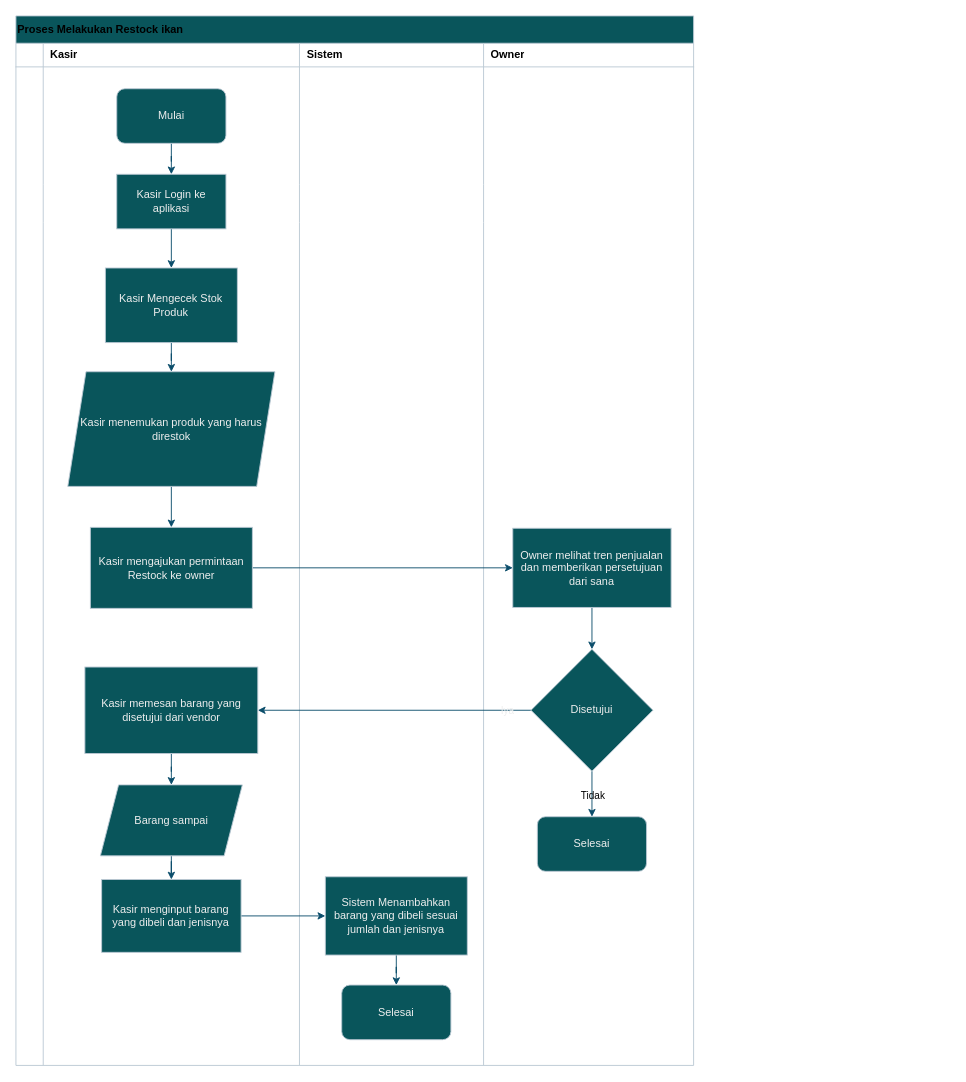
Before: restock product.drawio in shinoaaa/drawio, a draw.io diagram. Source tidied: cells renumbered, new cells numbered last; positions are measured from the earlier drawing's top-left corner, leaving out a move shared by most shapes. Both pictures are drawn from the tidied source at 91%, with x=0, y=0 at pixel (15, 15).
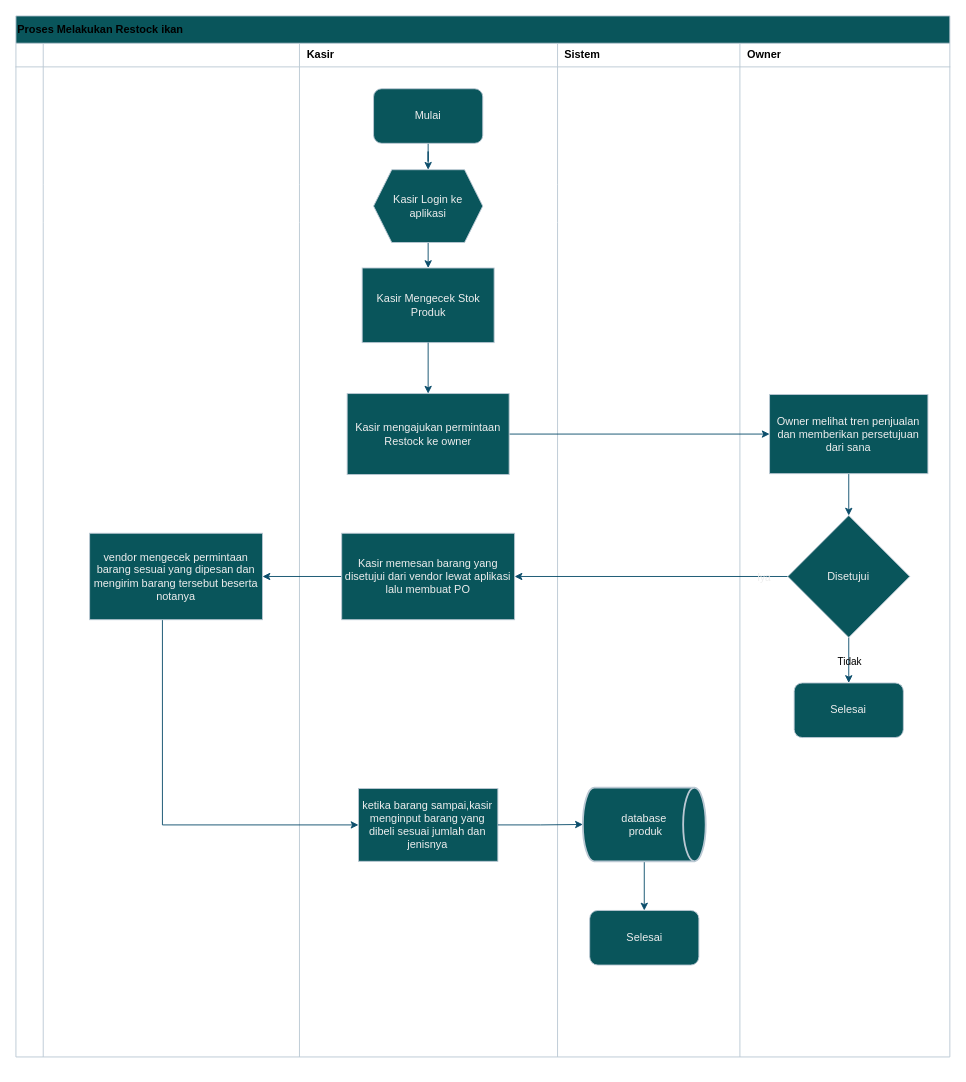
After the change.

What changed in the source:
```diff
@@
     <mxCell id="2" value="&lt;font style=&quot;color: light-dark(rgb(0, 0, 0), rgb(255, 255, 255));&quot;&gt;Proses Melakukan Restock ikan&lt;/font&gt;" style="shape=table;startSize=30;childLayout=tableLayout;rowLines=0;fontStyle=1;align=left;html=1;strokeColor=#BAC8D3;fontColor=#EEEEEE;fillColor=#09555B;labelBackgroundColor=none;" parent="1" vertex="1">
-      <mxGeometry width="744.7" height="1153.3" as="geometry" />
+      <mxGeometry width="1026.3" height="1144" as="geometry" />
     </mxCell>
     <mxCell id="3" style="shape=tableRow;horizontal=0;startSize=0;swimlaneHead=0;swimlaneBody=0;fillColor=none;top=0;left=0;right=0;bottom=1;strokeColor=#BAC8D3;fontColor=#EEEEEE;labelBackgroundColor=none;" parent="2" vertex="1">
-      <mxGeometry y="30" width="744.7" height="26" as="geometry" />
+      <mxGeometry y="30" width="1026.3" height="26" as="geometry" />
     </mxCell>
@@
+    <mxCell id="50" style="shape=partialRectangle;fillColor=none;top=0;left=0;bottom=0;right=0;align=left;spacingLeft=6;fontStyle=1;overflow=hidden;whiteSpace=wrap;html=1;strokeColor=#BAC8D3;fontColor=#EEEEEE;labelBackgroundColor=none;" parent="3" vertex="1">
+      <mxGeometry x="30" width="281.6" height="26" as="geometry" />
+    </mxCell>
     <mxCell id="5" value="&lt;font style=&quot;color: light-dark(rgb(0, 0, 0), rgb(0, 0, 0));&quot;&gt;Kasir&lt;/font&gt;" style="shape=partialRectangle;fillColor=none;top=0;left=0;bottom=0;right=0;align=left;spacingLeft=6;fontStyle=1;overflow=hidden;whiteSpace=wrap;html=1;strokeColor=#BAC8D3;fontColor=#EEEEEE;labelBackgroundColor=none;" parent="3" vertex="1">
-      <mxGeometry x="30" width="281.6" height="26" as="geometry" />
+      <mxGeometry x="311.6" width="283.6" height="26" as="geometry" />
     </mxCell>
     <mxCell id="6" value="&lt;font style=&quot;color: light-dark(rgb(0, 0, 0), rgb(14, 14, 14));&quot;&gt;Sistem&lt;/font&gt;" style="shape=partialRectangle;fillColor=none;top=0;left=0;bottom=0;right=0;align=left;spacingLeft=6;fontStyle=1;overflow=hidden;whiteSpace=wrap;html=1;strokeColor=#BAC8D3;fontColor=#EEEEEE;labelBackgroundColor=none;" parent="3" vertex="1">
-      <mxGeometry x="311.6" width="202.3" height="26" as="geometry" />
+      <mxGeometry x="595.2" width="200.4" height="26" as="geometry" />
     </mxCell>
     <mxCell id="7" value="&lt;font style=&quot;color: light-dark(rgb(0, 0, 0), rgb(0, 0, 0));&quot;&gt;Owner&lt;/font&gt;" style="shape=partialRectangle;fillColor=none;top=0;left=0;bottom=0;right=0;align=left;spacingLeft=6;fontStyle=1;overflow=hidden;whiteSpace=wrap;html=1;strokeColor=#BAC8D3;fontColor=#EEEEEE;labelBackgroundColor=none;" parent="3" vertex="1">
-      <mxGeometry x="513.9" width="230.8" height="26" as="geometry" />
+      <mxGeometry x="795.5" width="230.8" height="26" as="geometry" />
     </mxCell>
     <mxCell id="8" style="shape=tableRow;horizontal=0;startSize=0;swimlaneHead=0;swimlaneBody=0;fillColor=none;top=0;left=0;right=0;bottom=0;strokeColor=#BAC8D3;fontColor=#EEEEEE;labelBackgroundColor=none;" parent="2" vertex="1">
-      <mxGeometry y="56" width="744.7" height="129" as="geometry" />
+      <mxGeometry y="56" width="1026.3" height="129" as="geometry" />
     </mxCell>
@@
+    <mxCell id="51" style="shape=partialRectangle;fillColor=none;top=0;left=0;bottom=0;right=0;align=left;spacingLeft=6;overflow=hidden;whiteSpace=wrap;html=1;strokeColor=#BAC8D3;fontColor=#EEEEEE;labelBackgroundColor=none;" parent="8" vertex="1">
+      <mxGeometry x="30" width="281.6" height="129" as="geometry" />
+    </mxCell>
     <mxCell id="10" style="shape=partialRectangle;fillColor=none;top=0;left=0;bottom=0;right=0;align=left;spacingLeft=6;overflow=hidden;whiteSpace=wrap;html=1;strokeColor=#BAC8D3;fontColor=#EEEEEE;labelBackgroundColor=none;" parent="8" vertex="1">
-      <mxGeometry x="30" width="281.6" height="129" as="geometry" />
+      <mxGeometry x="311.6" width="283.6" height="129" as="geometry" />
     </mxCell>
     <mxCell id="11" style="shape=partialRectangle;fillColor=none;top=0;left=0;bottom=0;right=0;align=left;spacingLeft=6;overflow=hidden;whiteSpace=wrap;html=1;strokeColor=#BAC8D3;fontColor=#EEEEEE;labelBackgroundColor=none;" parent="8" vertex="1">
-      <mxGeometry x="311.6" width="202.3" height="129" as="geometry" />
+      <mxGeometry x="595.2" width="200.4" height="129" as="geometry" />
     </mxCell>
     <mxCell id="12" style="shape=partialRectangle;fillColor=none;top=0;left=0;bottom=0;right=0;align=left;spacingLeft=6;overflow=hidden;whiteSpace=wrap;html=1;strokeColor=#BAC8D3;fontColor=#EEEEEE;labelBackgroundColor=none;" parent="8" vertex="1">
-      <mxGeometry x="513.9" width="230.8" height="129" as="geometry" />
+      <mxGeometry x="795.5" width="230.8" height="129" as="geometry" />
     </mxCell>
     <mxCell id="13" style="shape=tableRow;horizontal=0;startSize=0;swimlaneHead=0;swimlaneBody=0;fillColor=none;top=0;left=0;right=0;bottom=0;strokeColor=#BAC8D3;fontColor=#EEEEEE;labelBackgroundColor=none;" parent="2" vertex="1">
-      <mxGeometry y="185" width="744.7" height="42" as="geometry" />
+      <mxGeometry y="185" width="1026.3" height="42" as="geometry" />
     </mxCell>
@@
+    <mxCell id="52" style="shape=partialRectangle;fillColor=none;top=0;left=0;bottom=0;right=0;align=left;spacingLeft=6;overflow=hidden;whiteSpace=wrap;html=1;strokeColor=#BAC8D3;fontColor=#EEEEEE;labelBackgroundColor=none;" parent="13" vertex="1">
+      <mxGeometry x="30" width="281.6" height="42" as="geometry" />
+    </mxCell>
     <mxCell id="15" style="shape=partialRectangle;fillColor=none;top=0;left=0;bottom=0;right=0;align=left;spacingLeft=6;overflow=hidden;whiteSpace=wrap;html=1;strokeColor=#BAC8D3;fontColor=#EEEEEE;labelBackgroundColor=none;" parent="13" vertex="1">
-      <mxGeometry x="30" width="281.6" height="42" as="geometry" />
+      <mxGeometry x="311.6" width="283.6" height="42" as="geometry" />
     </mxCell>
     <mxCell id="16" style="shape=partialRectangle;fillColor=none;top=0;left=0;bottom=0;right=0;align=left;spacingLeft=6;overflow=hidden;whiteSpace=wrap;html=1;strokeColor=#BAC8D3;fontColor=#EEEEEE;labelBackgroundColor=none;" parent="13" vertex="1">
-      <mxGeometry x="311.6" width="202.3" height="42" as="geometry" />
+      <mxGeometry x="595.2" width="200.4" height="42" as="geometry" />
     </mxCell>
     <mxCell id="17" style="shape=partialRectangle;fillColor=none;top=0;left=0;bottom=0;right=0;align=left;spacingLeft=6;overflow=hidden;whiteSpace=wrap;html=1;strokeColor=#BAC8D3;fontColor=#EEEEEE;labelBackgroundColor=none;" parent="13" vertex="1">
-      <mxGeometry x="513.9" width="230.8" height="42" as="geometry" />
+      <mxGeometry x="795.5" width="230.8" height="42" as="geometry" />
     </mxCell>
     <mxCell id="18" style="shape=tableRow;horizontal=0;startSize=0;swimlaneHead=0;swimlaneBody=0;fillColor=none;top=0;left=0;right=0;bottom=0;strokeColor=#BAC8D3;fontColor=#EEEEEE;labelBackgroundColor=none;" parent="2" vertex="1">
-      <mxGeometry y="227" width="744.7" height="926" as="geometry" />
+      <mxGeometry y="227" width="1026.3" height="917" as="geometry" />
     </mxCell>
     <mxCell id="19" style="shape=partialRectangle;fillColor=none;top=0;left=0;bottom=0;right=0;overflow=hidden;whiteSpace=wrap;html=1;strokeColor=#BAC8D3;fontColor=#EEEEEE;labelBackgroundColor=none;" parent="18" vertex="1">
-      <mxGeometry width="30" height="926" as="geometry" />
+      <mxGeometry width="30" height="917" as="geometry" />
     </mxCell>
+    <mxCell id="53" style="shape=partialRectangle;fillColor=none;top=0;left=0;bottom=0;right=0;align=left;spacingLeft=6;overflow=hidden;whiteSpace=wrap;html=1;strokeColor=#BAC8D3;fontColor=#EEEEEE;labelBackgroundColor=none;" parent="18" vertex="1">
+      <mxGeometry x="30" width="281.6" height="917" as="geometry" />
+    </mxCell>
     <mxCell id="20" style="shape=partialRectangle;fillColor=none;top=0;left=0;bottom=0;right=0;align=left;spacingLeft=6;overflow=hidden;whiteSpace=wrap;html=1;strokeColor=#BAC8D3;fontColor=#EEEEEE;labelBackgroundColor=none;" parent="18" vertex="1">
-      <mxGeometry x="30" width="281.6" height="926" as="geometry" />
+      <mxGeometry x="311.6" width="283.6" height="917" as="geometry" />
     </mxCell>
     <mxCell id="21" style="shape=partialRectangle;fillColor=none;top=0;left=0;bottom=0;right=0;align=left;spacingLeft=6;overflow=hidden;whiteSpace=wrap;html=1;strokeColor=#BAC8D3;fontColor=#EEEEEE;labelBackgroundColor=none;" parent="18" vertex="1">
-      <mxGeometry x="311.6" width="202.3" height="926" as="geometry" />
+      <mxGeometry x="595.2" width="200.4" height="917" as="geometry" />
     </mxCell>
     <mxCell id="22" style="shape=partialRectangle;fillColor=none;top=0;left=0;bottom=0;right=0;align=left;spacingLeft=6;overflow=hidden;whiteSpace=wrap;html=1;strokeColor=#BAC8D3;fontColor=#EEEEEE;labelBackgroundColor=none;" parent="18" vertex="1">
-      <mxGeometry x="513.9" width="230.8" height="926" as="geometry" />
+      <mxGeometry x="795.5" width="230.8" height="917" as="geometry" />
     </mxCell>
-    <mxCell id="23" style="edgeStyle=orthogonalEdgeStyle;rounded=0;jettySize=auto;html=1;entryX=0.5;entryY=0;entryDx=0;entryDy=0;strokeColor=#0B4D6A;" parent="1" edge="1" source="24" target="26">
+    <mxCell id="23" style="edgeStyle=orthogonalEdgeStyle;rounded=0;jettySize=auto;html=1;entryX=0.5;entryY=0;entryDx=0;entryDy=0;strokeColor=#0B4D6A;labelBackgroundColor=none;fontColor=default;" parent="1" edge="1" source="24" target="26">
       <mxGeometry relative="1" as="geometry" />
     </mxCell>
-    <mxCell id="24" value="Mulai" style="rounded=1;whiteSpace=wrap;html=1;strokeColor=#BAC8D3;fontColor=#EEEEEE;fillColor=#09555B;" parent="1" vertex="1">
-      <mxGeometry x="110.8" y="80" width="120" height="60" as="geometry" />
+    <mxCell id="24" value="Mulai" style="rounded=1;whiteSpace=wrap;html=1;strokeColor=#BAC8D3;fontColor=#EEEEEE;fillColor=#09555B;labelBackgroundColor=none;" parent="1" vertex="1">
+      <mxGeometry x="393" y="80" width="120" height="60" as="geometry" />
     </mxCell>
-    <mxCell id="25" style="edgeStyle=orthogonalEdgeStyle;rounded=0;jettySize=auto;html=1;entryX=0.5;entryY=0;entryDx=0;entryDy=0;strokeColor=#0B4D6A;" parent="1" edge="1" source="26" target="28">
+    <mxCell id="25" style="edgeStyle=orthogonalEdgeStyle;rounded=0;jettySize=auto;html=1;entryX=0.5;entryY=0;entryDx=0;entryDy=0;strokeColor=#0B4D6A;labelBackgroundColor=none;fontColor=default;exitX=0.5;exitY=1;exitDx=0;exitDy=0;" parent="1" edge="1" source="26" target="28">
       <mxGeometry relative="1" as="geometry" />
     </mxCell>
-    <mxCell id="26" value="Kasir Login ke aplikasi" style="rounded=0;whiteSpace=wrap;html=1;strokeColor=#BAC8D3;fontColor=#EEEEEE;fillColor=#09555B;" parent="1" vertex="1">
-      <mxGeometry x="110.8" y="174" width="120" height="60" as="geometry" />
-    </mxCell>
-    <mxCell id="27" style="edgeStyle=orthogonalEdgeStyle;rounded=0;jettySize=auto;html=1;entryX=0.5;entryY=0;entryDx=0;entryDy=0;strokeColor=#0B4D6A;" parent="1" edge="1" source="28" target="30">
-      <mxGeometry relative="1" as="geometry" />
-    </mxCell>
-    <mxCell id="28" value="Kasir Mengecek Stok Produk" style="rounded=0;whiteSpace=wrap;html=1;strokeColor=#BAC8D3;fontColor=#EEEEEE;fillColor=#09555B;" parent="1" vertex="1">
-      <mxGeometry x="98.3" y="277" width="145" height="82" as="geometry" />
+    <mxCell id="28" value="Kasir Mengecek Stok Produk" style="rounded=0;whiteSpace=wrap;html=1;strokeColor=#BAC8D3;fontColor=#EEEEEE;fillColor=#09555B;labelBackgroundColor=none;" parent="1" vertex="1">
+      <mxGeometry x="380.5" y="277" width="145" height="82" as="geometry" />
     </mxCell>
-    <mxCell id="29" style="edgeStyle=orthogonalEdgeStyle;rounded=0;jettySize=auto;html=1;strokeColor=#0B4D6A;" parent="1" edge="1" source="30" target="32">
+    <mxCell id="29" style="edgeStyle=orthogonalEdgeStyle;rounded=0;jettySize=auto;html=1;strokeColor=#0B4D6A;labelBackgroundColor=none;fontColor=default;exitX=0.5;exitY=1;exitDx=0;exitDy=0;" parent="1" edge="1" source="28" target="32">
       <mxGeometry relative="1" as="geometry" />
     </mxCell>
-    <mxCell id="30" value="Kasir menemukan produk yang harus direstok" style="shape=parallelogram;perimeter=parallelogramPerimeter;whiteSpace=wrap;html=1;fixedSize=1;strokeColor=#BAC8D3;fontColor=#EEEEEE;fillColor=#09555B;" parent="1" vertex="1">
-      <mxGeometry x="57" y="391" width="227.6" height="126" as="geometry" />
-    </mxCell>
-    <mxCell id="31" style="edgeStyle=orthogonalEdgeStyle;rounded=0;jettySize=auto;html=1;strokeColor=#0B4D6A;" parent="1" edge="1" source="32" target="34">
+    <mxCell id="31" style="edgeStyle=orthogonalEdgeStyle;rounded=0;jettySize=auto;html=1;strokeColor=#0B4D6A;labelBackgroundColor=none;fontColor=default;" parent="1" edge="1" source="32" target="34">
       <mxGeometry relative="1" as="geometry" />
     </mxCell>
-    <mxCell id="32" value="Kasir mengajukan permintaan Restock ke owner" style="rounded=0;whiteSpace=wrap;html=1;strokeColor=#BAC8D3;fontColor=#EEEEEE;fillColor=#09555B;" parent="1" vertex="1">
-      <mxGeometry x="81.8" y="562" width="178" height="89" as="geometry" />
+    <mxCell id="32" value="Kasir mengajukan permintaan Restock ke owner" style="rounded=0;whiteSpace=wrap;html=1;strokeColor=#BAC8D3;fontColor=#EEEEEE;fillColor=#09555B;labelBackgroundColor=none;" parent="1" vertex="1">
+      <mxGeometry x="364" y="415" width="178" height="89" as="geometry" />
     </mxCell>
-    <mxCell id="33" style="edgeStyle=orthogonalEdgeStyle;rounded=0;jettySize=auto;html=1;entryX=0.5;entryY=0;entryDx=0;entryDy=0;strokeColor=#0B4D6A;" parent="1" edge="1" source="34" target="39">
+    <mxCell id="33" style="edgeStyle=orthogonalEdgeStyle;rounded=0;jettySize=auto;html=1;entryX=0.5;entryY=0;entryDx=0;entryDy=0;strokeColor=#0B4D6A;labelBackgroundColor=none;fontColor=default;" parent="1" edge="1" source="34" target="39">
       <mxGeometry relative="1" as="geometry" />
     </mxCell>
-    <mxCell id="34" value="Owner melihat tren penjualan dan memberikan persetujuan dari sana" style="rounded=0;whiteSpace=wrap;html=1;strokeColor=#BAC8D3;fontColor=#EEEEEE;fillColor=#09555B;" parent="1" vertex="1">
-      <mxGeometry x="546" y="563" width="174" height="87" as="geometry" />
+    <mxCell id="34" value="Owner melihat tren penjualan dan memberikan persetujuan dari sana" style="rounded=0;whiteSpace=wrap;html=1;strokeColor=#BAC8D3;fontColor=#EEEEEE;fillColor=#09555B;labelBackgroundColor=none;" parent="1" vertex="1">
+      <mxGeometry x="828.2" y="416" width="174" height="87" as="geometry" />
     </mxCell>
-    <mxCell id="35" style="edgeStyle=orthogonalEdgeStyle;rounded=0;jettySize=auto;html=1;strokeColor=#0B4D6A;" parent="1" edge="1" source="39" target="41">
+    <mxCell id="35" style="edgeStyle=orthogonalEdgeStyle;rounded=0;jettySize=auto;html=1;strokeColor=#0B4D6A;labelBackgroundColor=none;fontColor=default;" parent="1" edge="1" source="39" target="41">
       <mxGeometry relative="1" as="geometry" />
     </mxCell>
-    <mxCell id="36" value="Iya" style="edgeLabel;html=1;align=center;verticalAlign=middle;strokeColor=#BAC8D3;fontColor=light-dark(#EEEEEE,#050505);fillColor=#09555B;labelBackgroundColor=none;" parent="35" vertex="1">
+    <mxCell id="36" value="Iya" style="edgeLabel;html=1;align=center;verticalAlign=middle;strokeColor=#BAC8D3;fontColor=#EEEEEE;fillColor=#09555B;labelBackgroundColor=none;" parent="35" vertex="1">
       <mxGeometry x="-0.82" relative="1" as="geometry" />
     </mxCell>
-    <mxCell id="37" style="edgeStyle=orthogonalEdgeStyle;rounded=0;jettySize=auto;html=1;strokeColor=#0B4D6A;" parent="1" edge="1" source="39" target="42">
+    <mxCell id="37" style="edgeStyle=orthogonalEdgeStyle;rounded=0;jettySize=auto;html=1;strokeColor=#0B4D6A;labelBackgroundColor=none;fontColor=default;" parent="1" edge="1" source="39" target="42">
       <mxGeometry relative="1" as="geometry" />
     </mxCell>
@@
-    <mxCell id="39" value="Disetujui" style="rhombus;whiteSpace=wrap;html=1;strokeColor=#BAC8D3;fontColor=#EEEEEE;fillColor=#09555B;" parent="1" vertex="1">
-      <mxGeometry x="566" y="696" width="134" height="134" as="geometry" />
+    <mxCell id="39" value="Disetujui" style="rhombus;whiteSpace=wrap;html=1;strokeColor=#BAC8D3;fontColor=#EEEEEE;fillColor=#09555B;labelBackgroundColor=none;" parent="1" vertex="1">
+      <mxGeometry x="848.2" y="549" width="134" height="134" as="geometry" />
     </mxCell>
-    <mxCell id="40" style="edgeStyle=orthogonalEdgeStyle;rounded=0;jettySize=auto;html=1;strokeColor=#0B4D6A;" parent="1" edge="1" source="41" target="44">
-      <mxGeometry relative="1" as="geometry" />
-    </mxCell>
+    <mxCell id="54" style="edgeStyle=orthogonalEdgeStyle;rounded=0;jettySize=auto;html=1;entryX=1;entryY=0.5;entryDx=0;entryDy=0;strokeColor=#0B4D6A;" parent="1" edge="1" source="41" target="56">
+      <mxGeometry relative="1" as="geometry" />
+    </mxCell>
-    <mxCell id="41" value="Kasir memesan barang yang disetujui dari vendor" style="rounded=0;whiteSpace=wrap;html=1;strokeColor=#BAC8D3;fontColor=#EEEEEE;fillColor=#09555B;" parent="1" vertex="1">
-      <mxGeometry x="75.8" y="715.5" width="190" height="95" as="geometry" />
+    <mxCell id="41" value="Kasir memesan barang yang disetujui dari vendor lewat aplikasi lalu membuat PO" style="rounded=0;whiteSpace=wrap;html=1;strokeColor=#BAC8D3;fontColor=#EEEEEE;fillColor=#09555B;labelBackgroundColor=none;" parent="1" vertex="1">
+      <mxGeometry x="358" y="568.5" width="190" height="95" as="geometry" />
     </mxCell>
-    <mxCell id="42" value="Selesai" style="rounded=1;whiteSpace=wrap;html=1;strokeColor=#BAC8D3;fontColor=#EEEEEE;fillColor=#09555B;" parent="1" vertex="1">
-      <mxGeometry x="573" y="880" width="120" height="60" as="geometry" />
+    <mxCell id="42" value="Selesai" style="rounded=1;whiteSpace=wrap;html=1;strokeColor=#BAC8D3;fontColor=#EEEEEE;fillColor=#09555B;labelBackgroundColor=none;" parent="1" vertex="1">
+      <mxGeometry x="855.2" y="733" width="120" height="60" as="geometry" />
     </mxCell>
-    <mxCell id="43" style="edgeStyle=orthogonalEdgeStyle;rounded=0;jettySize=auto;html=1;strokeColor=#0B4D6A;" parent="1" edge="1" source="44" target="46">
-      <mxGeometry relative="1" as="geometry" />
-    </mxCell>
-    <mxCell id="44" value="Barang sampai" style="shape=parallelogram;perimeter=parallelogramPerimeter;whiteSpace=wrap;html=1;fixedSize=1;strokeColor=#BAC8D3;fontColor=#EEEEEE;fillColor=#09555B;" parent="1" vertex="1">
-      <mxGeometry x="92.8" y="845" width="156" height="78" as="geometry" />
-    </mxCell>
-    <mxCell id="45" style="edgeStyle=orthogonalEdgeStyle;rounded=0;jettySize=auto;html=1;entryX=0;entryY=0.5;entryDx=0;entryDy=0;strokeColor=#0B4D6A;" parent="1" edge="1" source="46" target="48">
-      <mxGeometry relative="1" as="geometry" />
-    </mxCell>
-    <mxCell id="46" value="Kasir menginput barang yang dibeli dan jenisnya" style="rounded=0;whiteSpace=wrap;html=1;strokeColor=#BAC8D3;fontColor=#EEEEEE;fillColor=#09555B;" parent="1" vertex="1">
-      <mxGeometry x="94.2" y="949" width="153.2" height="80" as="geometry" />
+    <mxCell id="46" value="ketika barang sampai,kasir menginput barang yang dibeli sesuai jumlah dan jenisnya" style="rounded=0;whiteSpace=wrap;html=1;strokeColor=#BAC8D3;fontColor=#EEEEEE;fillColor=#09555B;labelBackgroundColor=none;" parent="1" vertex="1">
+      <mxGeometry x="376.4" y="849" width="153.2" height="80" as="geometry" />
     </mxCell>
-    <mxCell id="47" style="edgeStyle=orthogonalEdgeStyle;rounded=0;jettySize=auto;html=1;entryX=0.5;entryY=0;entryDx=0;entryDy=0;strokeColor=#0B4D6A;" parent="1" edge="1" source="48" target="49">
-      <mxGeometry relative="1" as="geometry" />
-    </mxCell>
-    <mxCell id="48" value="Sistem Menambahkan barang yang dibeli sesuai jumlah dan jenisnya" style="rounded=0;whiteSpace=wrap;html=1;strokeColor=#BAC8D3;fontColor=#EEEEEE;fillColor=#09555B;" parent="1" vertex="1">
-      <mxGeometry x="340" y="946" width="156" height="86" as="geometry" />
-    </mxCell>
-    <mxCell id="49" value="Selesai" style="rounded=1;whiteSpace=wrap;html=1;strokeColor=#BAC8D3;fontColor=#EEEEEE;fillColor=#09555B;" parent="1" vertex="1">
-      <mxGeometry x="358" y="1065" width="120" height="60" as="geometry" />
+    <mxCell id="49" value="Selesai" style="rounded=1;whiteSpace=wrap;html=1;strokeColor=#BAC8D3;fontColor=#EEEEEE;fillColor=#09555B;labelBackgroundColor=none;" parent="1" vertex="1">
+      <mxGeometry x="630.5" y="983" width="120" height="60" as="geometry" />
     </mxCell>
+    <mxCell id="26" value="Kasir Login ke aplikasi" style="shape=hexagon;perimeter=hexagonPerimeter2;whiteSpace=wrap;html=1;fixedSize=1;strokeColor=#BAC8D3;fontColor=#EEEEEE;fillColor=#09555B;" parent="1" vertex="1">
+      <mxGeometry x="393" y="169" width="120" height="80" as="geometry" />
+    </mxCell>
+    <mxCell id="55" style="edgeStyle=orthogonalEdgeStyle;rounded=0;jettySize=auto;html=1;entryX=0;entryY=0.5;entryDx=0;entryDy=0;strokeColor=#0B4D6A;" parent="1" edge="1" source="56" target="46">
+      <mxGeometry relative="1" as="geometry">
+        <Array as="points">
+          <mxPoint x="161" y="889" />
+        </Array>
+      </mxGeometry>
+    </mxCell>
+    <mxCell id="56" value="vendor mengecek permintaan barang sesuai yang dipesan dan mengirim barang tersebut beserta notanya" style="rounded=0;whiteSpace=wrap;html=1;strokeColor=#BAC8D3;fontColor=#EEEEEE;fillColor=#09555B;labelBackgroundColor=none;" parent="1" vertex="1">
+      <mxGeometry x="81" y="568.5" width="190" height="95" as="geometry" />
+    </mxCell>
+    <mxCell id="57" style="edgeStyle=orthogonalEdgeStyle;rounded=0;jettySize=auto;html=1;entryX=0.5;entryY=0;entryDx=0;entryDy=0;strokeColor=#0B4D6A;" parent="1" edge="1" source="58" target="49">
+      <mxGeometry relative="1" as="geometry" />
+    </mxCell>
+    <mxCell id="58" value="database&lt;div&gt;&amp;nbsp;produk&lt;/div&gt;" style="strokeWidth=2;html=1;shape=mxgraph.flowchart.direct_data;whiteSpace=wrap;strokeColor=#BAC8D3;fontColor=#EEEEEE;fillColor=#09555B;" parent="1" vertex="1">
+      <mxGeometry x="623" y="848" width="135" height="81" as="geometry" />
+    </mxCell>
+    <mxCell id="59" style="edgeStyle=orthogonalEdgeStyle;rounded=0;jettySize=auto;html=1;entryX=0;entryY=0.5;entryDx=0;entryDy=0;entryPerimeter=0;strokeColor=#0B4D6A;" parent="1" edge="1" source="46" target="58">
+      <mxGeometry relative="1" as="geometry" />
+    </mxCell>
```
